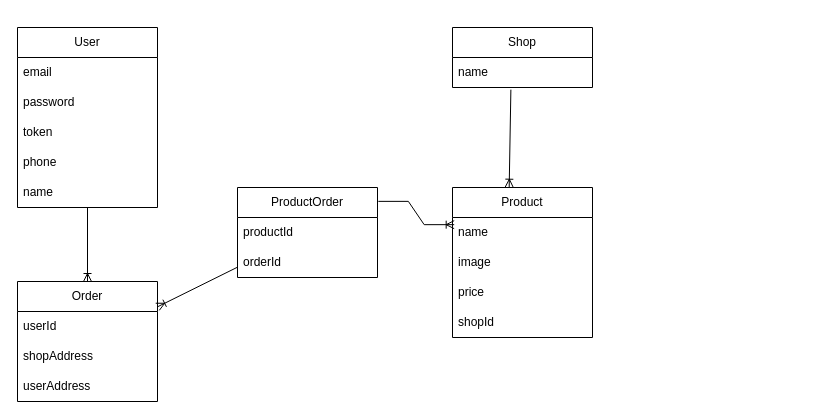
Above: server/Diagram bez tytułu.drawio in anKhav/elif-school-delivery (draw.io), before the change. Source tidied: cells renumbered, new cells numbered last; positions are measured from the earlier drawing's top-left corner, leaving out a move shared by most shapes. Both pictures are drawn from the tidied source at 100%, with x=0, y=0 at pixel (17, 27).
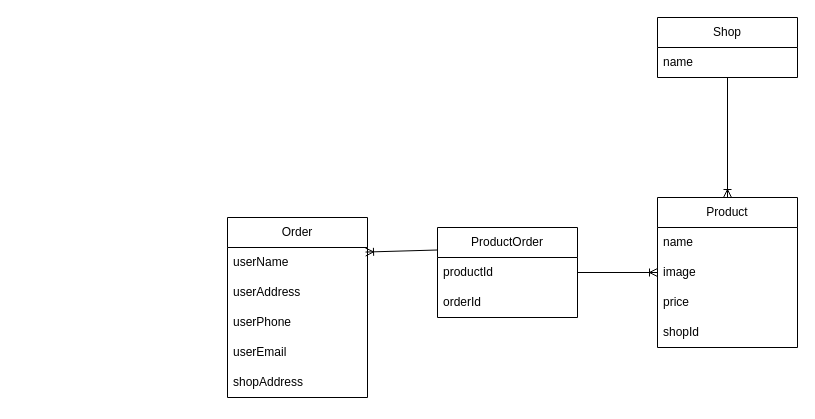
After the change.

Commit message:
Simplify db diagram accrording tech task.drawio

Unchanged cells that the change refers to:
```xml
<mxCell id="9" value="name" style="text;strokeColor=none;fillColor=none;align=left;verticalAlign=middle;spacingLeft=4;spacingRight=4;overflow=hidden;points=[[0,0.5],[1,0.5]];portConstraint=eastwest;whiteSpace=wrap;html=1;" parent="8" vertex="1">
  <mxGeometry y="30" width="140" height="30" as="geometry" />
</mxCell>
<mxCell id="11" value="name" style="text;strokeColor=none;fillColor=none;align=left;verticalAlign=middle;spacingLeft=4;spacingRight=4;overflow=hidden;points=[[0,0.5],[1,0.5]];portConstraint=eastwest;whiteSpace=wrap;html=1;" parent="10" vertex="1">
  <mxGeometry y="30" width="140" height="30" as="geometry" />
</mxCell>
```

The edit, as a diff of the source:
```diff
@@
-    <mxCell id="2" value="User" style="swimlane;fontStyle=0;horizontal=1;startSize=30;whiteSpace=wrap;html=1;" parent="1" vertex="1">
-      <mxGeometry width="140" height="180" as="geometry" />
-    </mxCell>
-    <mxCell id="3" value="email&lt;br&gt;" style="text;strokeColor=none;fillColor=none;align=left;verticalAlign=middle;spacingLeft=4;spacingRight=4;overflow=hidden;whiteSpace=wrap;html=1;" parent="2" vertex="1">
-      <mxGeometry y="30" width="140" height="30" as="geometry" />
-    </mxCell>
-    <mxCell id="4" value="password" style="text;strokeColor=none;fillColor=none;align=left;verticalAlign=middle;spacingLeft=4;spacingRight=4;overflow=hidden;whiteSpace=wrap;html=1;" parent="2" vertex="1">
-      <mxGeometry y="60" width="140" height="30" as="geometry" />
-    </mxCell>
-    <mxCell id="5" value="token" style="text;strokeColor=none;fillColor=none;align=left;verticalAlign=middle;spacingLeft=4;spacingRight=4;overflow=hidden;whiteSpace=wrap;html=1;" parent="2" vertex="1">
-      <mxGeometry y="90" width="140" height="30" as="geometry" />
-    </mxCell>
-    <mxCell id="6" value="phone" style="text;strokeColor=none;fillColor=none;align=left;verticalAlign=middle;spacingLeft=4;spacingRight=4;overflow=hidden;whiteSpace=wrap;html=1;" parent="2" vertex="1">
-      <mxGeometry y="120" width="140" height="30" as="geometry" />
-    </mxCell>
-    <mxCell id="7" value="name" style="text;strokeColor=none;fillColor=none;align=left;verticalAlign=middle;spacingLeft=4;spacingRight=4;overflow=hidden;whiteSpace=wrap;html=1;" parent="2" vertex="1">
-      <mxGeometry y="150" width="140" height="30" as="geometry" />
-    </mxCell>
     <mxCell id="8" value="Shop" style="swimlane;fontStyle=0;horizontal=1;startSize=30;whiteSpace=wrap;html=1;" parent="1" vertex="1">
-      <mxGeometry x="435" width="140" height="60" as="geometry" />
+      <mxGeometry x="640" y="-10" width="140" height="60" as="geometry" />
     </mxCell>
@@
     <mxCell id="10" value="Product" style="swimlane;fontStyle=0;horizontal=1;startSize=30;whiteSpace=wrap;html=1;" parent="1" vertex="1">
-      <mxGeometry x="435" y="160" width="140" height="150" as="geometry" />
+      <mxGeometry x="640" y="170" width="140" height="150" as="geometry" />
     </mxCell>
@@
     <mxCell id="15" value="Order" style="swimlane;fontStyle=0;horizontal=1;startSize=30;whiteSpace=wrap;html=1;" parent="1" vertex="1">
-      <mxGeometry y="254" width="140" height="120" as="geometry" />
+      <mxGeometry x="210" y="190" width="140" height="180" as="geometry" />
     </mxCell>
-    <mxCell id="16" value="userId" style="text;strokeColor=none;fillColor=none;align=left;verticalAlign=middle;spacingLeft=4;spacingRight=4;overflow=hidden;whiteSpace=wrap;html=1;" parent="15" vertex="1">
+    <mxCell id="16" value="userName" style="text;strokeColor=none;fillColor=none;align=left;verticalAlign=middle;spacingLeft=4;spacingRight=4;overflow=hidden;whiteSpace=wrap;html=1;" parent="15" vertex="1">
       <mxGeometry y="30" width="140" height="30" as="geometry" />
     </mxCell>
+    <mxCell id="26" value="userAddress" style="text;strokeColor=none;fillColor=none;align=left;verticalAlign=middle;spacingLeft=4;spacingRight=4;overflow=hidden;whiteSpace=wrap;html=1;" parent="15" vertex="1">
+      <mxGeometry y="60" width="140" height="30" as="geometry" />
+    </mxCell>
+    <mxCell id="27" value="userPhone" style="text;strokeColor=none;fillColor=none;align=left;verticalAlign=middle;spacingLeft=4;spacingRight=4;overflow=hidden;whiteSpace=wrap;html=1;" parent="15" vertex="1">
+      <mxGeometry y="90" width="140" height="30" as="geometry" />
+    </mxCell>
+    <mxCell id="18" value="userEmail" style="text;strokeColor=none;fillColor=none;align=left;verticalAlign=middle;spacingLeft=4;spacingRight=4;overflow=hidden;whiteSpace=wrap;html=1;" parent="15" vertex="1">
+      <mxGeometry y="120" width="140" height="30" as="geometry" />
+    </mxCell>
     <mxCell id="17" value="shopAddress" style="text;strokeColor=none;fillColor=none;align=left;verticalAlign=middle;spacingLeft=4;spacingRight=4;overflow=hidden;whiteSpace=wrap;html=1;" parent="15" vertex="1">
-      <mxGeometry y="60" width="140" height="30" as="geometry" />
+      <mxGeometry y="150" width="140" height="30" as="geometry" />
     </mxCell>
-    <mxCell id="18" value="userAddress" style="text;strokeColor=none;fillColor=none;align=left;verticalAlign=middle;spacingLeft=4;spacingRight=4;overflow=hidden;whiteSpace=wrap;html=1;" parent="15" vertex="1">
-      <mxGeometry y="90" width="140" height="30" as="geometry" />
-    </mxCell>
     <mxCell id="19" value="ProductOrder" style="swimlane;fontStyle=0;horizontal=1;startSize=30;whiteSpace=wrap;html=1;" parent="1" vertex="1">
-      <mxGeometry x="220" y="160" width="140" height="90" as="geometry" />
+      <mxGeometry x="420" y="200" width="140" height="90" as="geometry" />
     </mxCell>
@@
-    <mxCell id="22" style="fontSize=12;html=1;endArrow=ERoneToMany;rounded=0;entryX=0.5;entryY=0;entryDx=0;entryDy=0;" parent="1" edge="1" source="2" target="15">
-      <mxGeometry relative="1" as="geometry" />
-    </mxCell>
-    <mxCell id="23" style="fontSize=12;html=1;endArrow=ERoneToMany;rounded=0;" parent="1" edge="1" source="19" target="15">
+    <mxCell id="23" style="fontSize=12;html=1;endArrow=ERoneToMany;rounded=0;entryX=0.986;entryY=0.192;entryDx=0;entryDy=0;entryPerimeter=0;exitX=0;exitY=0.25;exitDx=0;exitDy=0;" parent="1" edge="1" source="19" target="15">
       <mxGeometry relative="1" as="geometry" />
     </mxCell>
-    <mxCell id="24" style="edgeStyle=entityRelationEdgeStyle;fontSize=12;html=1;endArrow=ERoneToMany;rounded=0;entryX=0.012;entryY=0.239;entryDx=0;entryDy=0;entryPerimeter=0;exitX=1.006;exitY=0.154;exitDx=0;exitDy=0;exitPerimeter=0;" parent="1" edge="1" source="19" target="11">
+    <mxCell id="24" style="fontSize=12;html=1;endArrow=ERoneToMany;rounded=0;" parent="1" edge="1" source="19" target="10">
       <mxGeometry relative="1" as="geometry" />
     </mxCell>
-    <mxCell id="25" style="fontSize=12;html=1;endArrow=ERoneToMany;rounded=0;entryX=0.405;entryY=-0.002;entryDx=0;entryDy=0;entryPerimeter=0;exitX=0.417;exitY=1.072;exitDx=0;exitDy=0;exitPerimeter=0;" parent="1" edge="1" source="9" target="10">
+    <mxCell id="25" style="fontSize=12;html=1;endArrow=ERoneToMany;rounded=0;" parent="1" edge="1" source="8" target="10">
       <mxGeometry relative="1" as="geometry" />
     </mxCell>
```
